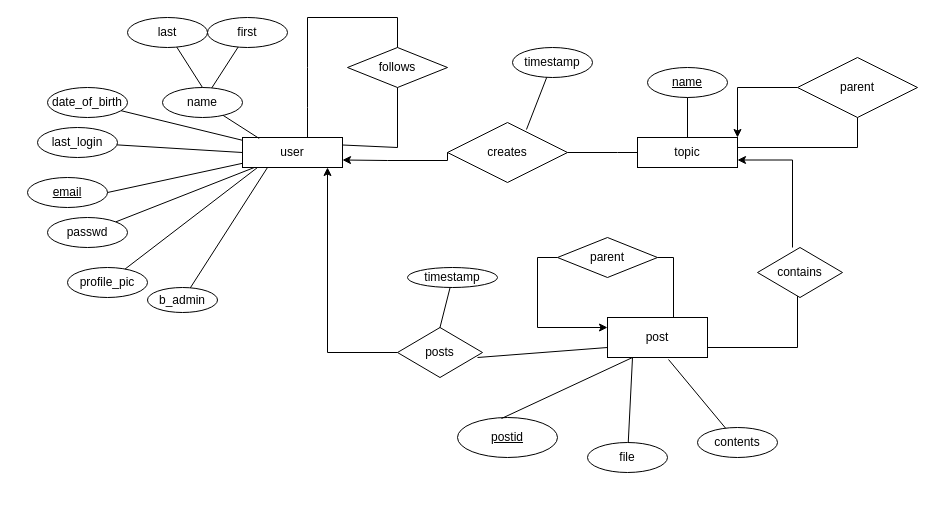
Earlier version of the draw.io diagram doc/diagrams/ER/entity_relationship_diagram.drawio (kubatovtamas/uzenetSZTEk). Source tidied: cells renumbered, new cells numbered last; positions are measured from the earlier drawing's top-left corner, leaving out a move shared by most shapes. Both pictures are drawn from the tidied source at 100%, with x=0, y=0 at pixel (27, 17).
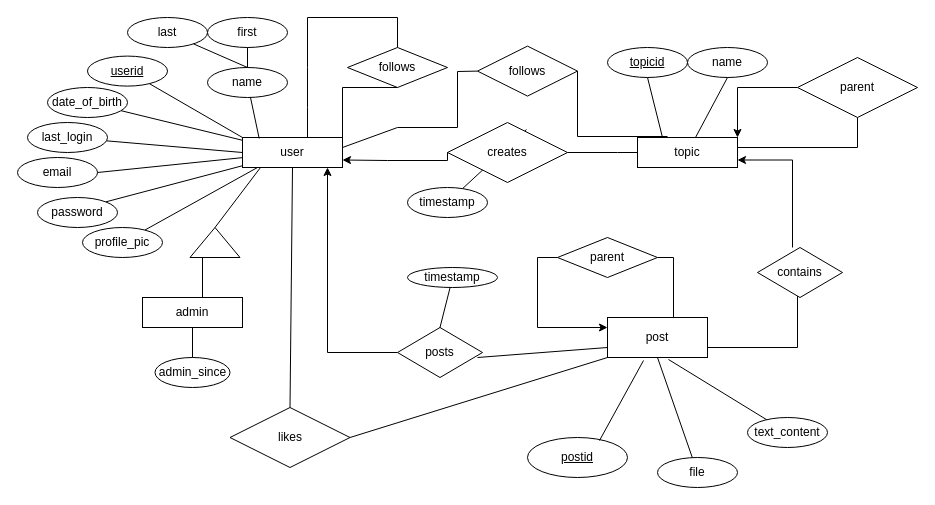
Above is the later version.

Commit message (it also covers changes not shown here):
Added to the diagram: userid, topicid, admin(admin_since), follows, likes.

The change refers to these unchanged cells:
```xml
<mxCell id="2" value="&lt;div&gt;user&lt;/div&gt;" style="rounded=0;whiteSpace=wrap;html=1;" parent="1" vertex="1">
  <mxGeometry x="215" y="120" width="100" height="30" as="geometry" />
</mxCell>
<mxCell id="3" value="topic" style="rounded=0;whiteSpace=wrap;html=1;" parent="1" vertex="1">
  <mxGeometry x="610" y="120" width="100" height="30" as="geometry" />
</mxCell>
<mxCell id="31" value="follows" style="shape=rhombus;perimeter=rhombusPerimeter;whiteSpace=wrap;html=1;align=center;" parent="1" vertex="1">
  <mxGeometry x="320" y="30" width="100" height="40" as="geometry" />
</mxCell>
<mxCell id="49" value="post" style="whiteSpace=wrap;html=1;align=center;" parent="1" vertex="1">
  <mxGeometry x="580" y="300" width="100" height="40" as="geometry" />
</mxCell>
```

The edit, as a diff of the source:
```diff
@@
     <mxCell id="4" value="name" style="ellipse;whiteSpace=wrap;html=1;" parent="1" vertex="1">
-      <mxGeometry x="135" y="70" width="80" height="30" as="geometry" />
+      <mxGeometry x="180" y="50" width="80" height="30" as="geometry" />
     </mxCell>
-    <mxCell id="5" value="&lt;u&gt;email&lt;/u&gt;" style="ellipse;whiteSpace=wrap;html=1;" parent="1" vertex="1">
-      <mxGeometry y="160" width="80" height="30" as="geometry" />
+    <mxCell id="5" value="email" style="ellipse;whiteSpace=wrap;html=1;" parent="1" vertex="1">
+      <mxGeometry x="-10" y="140" width="80" height="30" as="geometry" />
     </mxCell>
@@
     <mxCell id="7" value="last_login" style="ellipse;whiteSpace=wrap;html=1;" parent="1" vertex="1">
-      <mxGeometry x="10" y="110" width="80" height="30" as="geometry" />
+      <mxGeometry y="105" width="80" height="30" as="geometry" />
     </mxCell>
@@
-    <mxCell id="12" value="contents" style="ellipse;whiteSpace=wrap;html=1;" parent="1" vertex="1">
-      <mxGeometry x="670" y="410" width="80" height="30" as="geometry" />
+    <mxCell id="12" value="text_content" style="ellipse;whiteSpace=wrap;html=1;" parent="1" vertex="1">
+      <mxGeometry x="720" y="400" width="80" height="30" as="geometry" />
     </mxCell>
@@
-    <mxCell id="16" value="&lt;u&gt;name&lt;/u&gt;" style="ellipse;whiteSpace=wrap;html=1;" parent="1" vertex="1">
-      <mxGeometry x="620" y="50" width="80" height="30" as="geometry" />
+    <mxCell id="16" value="name" style="ellipse;whiteSpace=wrap;html=1;" parent="1" vertex="1">
+      <mxGeometry x="660" y="30" width="80" height="30" as="geometry" />
     </mxCell>
@@
     <mxCell id="18" value="&lt;div&gt;timestamp&lt;/div&gt;" style="ellipse;whiteSpace=wrap;html=1;" parent="1" vertex="1">
-      <mxGeometry x="485" y="30" width="80" height="30" as="geometry" />
+      <mxGeometry x="380" y="170" width="80" height="30" as="geometry" />
     </mxCell>
@@
     <mxCell id="33" style="endArrow=none;html=1;rounded=0;entryX=0.5;entryY=1;entryDx=0;entryDy=0;exitX=1;exitY=0.25;exitDx=0;exitDy=0;" parent="1" edge="1" source="2" target="31">
       <mxGeometry relative="1" as="geometry">
         <Array as="points">
-          <mxPoint x="370" y="130" />
+          <mxPoint x="315" y="70" />
         </Array>
       </mxGeometry>
     </mxCell>
-    <mxCell id="34" value="passwd" style="ellipse;whiteSpace=wrap;html=1;align=center;" parent="1" vertex="1">
-      <mxGeometry x="20" y="200" width="80" height="30" as="geometry" />
+    <mxCell id="34" value="password" style="ellipse;whiteSpace=wrap;html=1;align=center;" parent="1" vertex="1">
+      <mxGeometry x="10" y="180" width="80" height="30" as="geometry" />
     </mxCell>
@@
     <mxCell id="36" value="file" style="ellipse;whiteSpace=wrap;html=1;" parent="1" vertex="1">
-      <mxGeometry x="560" y="425" width="80" height="30" as="geometry" />
+      <mxGeometry x="630" y="440" width="80" height="30" as="geometry" />
     </mxCell>
-    <mxCell id="37" style="endArrow=none;html=1;exitX=0.25;exitY=1;exitDx=0;exitDy=0;" parent="1" edge="1" target="36">
-      <mxGeometry relative="1" as="geometry">
-        <mxPoint x="605" y="340" as="sourcePoint" />
-      </mxGeometry>
+    <mxCell id="37" style="endArrow=none;html=1;exitX=0.5;exitY=1;exitDx=0;exitDy=0;" parent="1" edge="1" source="49" target="36">
+      <mxGeometry relative="1" as="geometry" />
     </mxCell>
     <mxCell id="38" value="&lt;div&gt;profile_pic&lt;/div&gt;" style="ellipse;whiteSpace=wrap;html=1;" parent="1" vertex="1">
-      <mxGeometry x="40" y="250" width="80" height="30" as="geometry" />
+      <mxGeometry x="55" y="210" width="80" height="30" as="geometry" />
     </mxCell>
@@
     <mxCell id="46" value="&lt;u&gt;postid&lt;/u&gt;" style="ellipse;whiteSpace=wrap;html=1;align=center;" parent="1" vertex="1">
-      <mxGeometry x="430" y="400" width="100" height="40" as="geometry" />
+      <mxGeometry x="500" y="420" width="100" height="40" as="geometry" />
     </mxCell>
-    <mxCell id="47" style="endArrow=none;html=1;rounded=0;entryX=0.25;entryY=1;entryDx=0;entryDy=0;exitX=0.44;exitY=0.025;exitDx=0;exitDy=0;exitPerimeter=0;" parent="1" edge="1" source="46">
-      <mxGeometry relative="1" as="geometry">
-        <mxPoint x="605" y="340" as="targetPoint" />
-      </mxGeometry>
+    <mxCell id="47" style="endArrow=none;html=1;rounded=0;entryX=0.36;entryY=1.075;entryDx=0;entryDy=0;entryPerimeter=0;exitX=0.72;exitY=0.075;exitDx=0;exitDy=0;exitPerimeter=0;" parent="1" edge="1" source="46" target="49">
+      <mxGeometry relative="1" as="geometry" />
     </mxCell>
@@
-    <mxCell id="52" value="b_admin" style="ellipse;whiteSpace=wrap;html=1;align=center;" parent="1" vertex="1">
-      <mxGeometry x="120" y="270" width="70" height="25" as="geometry" />
+    <mxCell id="52" value="admin_since" style="ellipse;whiteSpace=wrap;html=1;align=center;" parent="1" vertex="1">
+      <mxGeometry x="127.5" y="340" width="75" height="30" as="geometry" />
     </mxCell>
-    <mxCell id="53" style="endArrow=none;html=1;rounded=0;entryX=0.25;entryY=1;entryDx=0;entryDy=0;" parent="1" edge="1" source="52" target="2">
+    <mxCell id="53" style="endArrow=none;html=1;rounded=0;" parent="1" edge="1" source="52" target="55">
       <mxGeometry relative="1" as="geometry" />
     </mxCell>
@@
+    <mxCell id="55" value="admin" style="whiteSpace=wrap;html=1;align=center;" parent="1" vertex="1">
+      <mxGeometry x="115" y="280" width="100" height="30" as="geometry" />
+    </mxCell>
+    <mxCell id="56" style="triangle;whiteSpace=wrap;html=1;rotation=-90;" parent="1" vertex="1">
+      <mxGeometry x="172.5" y="200" width="30" height="50" as="geometry" />
+    </mxCell>
+    <mxCell id="57" style="endArrow=none;html=1;rounded=0;exitX=1;exitY=0.5;exitDx=0;exitDy=0;" parent="1" edge="1" source="56">
+      <mxGeometry relative="1" as="geometry">
+        <mxPoint x="233" y="150" as="targetPoint" />
+      </mxGeometry>
+    </mxCell>
+    <mxCell id="58" style="endArrow=none;html=1;rounded=0;entryX=0;entryY=0.25;entryDx=0;entryDy=0;" parent="1" edge="1" target="56">
+      <mxGeometry relative="1" as="geometry">
+        <mxPoint x="175" y="280" as="sourcePoint" />
+      </mxGeometry>
+    </mxCell>
+    <mxCell id="59" value="&lt;u&gt;userid&lt;/u&gt;" style="ellipse;whiteSpace=wrap;html=1;" parent="1" vertex="1">
+      <mxGeometry x="60" y="38.6" width="80" height="30" as="geometry" />
+    </mxCell>
+    <mxCell id="60" style="endArrow=none;html=1;exitX=0;exitY=0;exitDx=0;exitDy=0;" parent="1" edge="1" source="2" target="59">
+      <mxGeometry relative="1" as="geometry" />
+    </mxCell>
+    <mxCell id="61" value="&lt;u&gt;topicid&lt;/u&gt;" style="ellipse;whiteSpace=wrap;html=1;" parent="1" vertex="1">
+      <mxGeometry x="580" y="30" width="80" height="30" as="geometry" />
+    </mxCell>
+    <mxCell id="62" style="endArrow=none;html=1;exitX=0.5;exitY=1;exitDx=0;exitDy=0;entryX=0.25;entryY=0;entryDx=0;entryDy=0;" parent="1" edge="1" source="61" target="3">
+      <mxGeometry relative="1" as="geometry" />
+    </mxCell>
+    <mxCell id="63" value="follows" style="shape=rhombus;perimeter=rhombusPerimeter;whiteSpace=wrap;html=1;align=center;" parent="1" vertex="1">
+      <mxGeometry x="450" y="28.6" width="100" height="50" as="geometry" />
+    </mxCell>
+    <mxCell id="64" style="endArrow=none;html=1;rounded=0;entryX=0;entryY=0.5;entryDx=0;entryDy=0;" parent="1" edge="1" target="63">
+      <mxGeometry relative="1" as="geometry">
+        <mxPoint x="315" y="130" as="sourcePoint" />
+        <Array as="points">
+          <mxPoint x="370" y="110" />
+          <mxPoint x="430" y="110" />
+          <mxPoint x="430" y="54" />
+        </Array>
+      </mxGeometry>
+    </mxCell>
+    <mxCell id="65" style="endArrow=none;html=1;rounded=0;exitX=1;exitY=0.5;exitDx=0;exitDy=0;" parent="1" edge="1" source="63">
+      <mxGeometry relative="1" as="geometry">
+        <mxPoint x="640" y="119" as="targetPoint" />
+        <Array as="points">
+          <mxPoint x="550" y="119" />
+        </Array>
+      </mxGeometry>
+    </mxCell>
+    <mxCell id="66" style="endArrow=none;html=1;rounded=0;exitX=0.5;exitY=1;exitDx=0;exitDy=0;entryX=0.5;entryY=0;entryDx=0;entryDy=0;" parent="1" edge="1" source="2" target="67">
+      <mxGeometry relative="1" as="geometry" />
+    </mxCell>
+    <mxCell id="67" value="likes" style="shape=rhombus;perimeter=rhombusPerimeter;whiteSpace=wrap;html=1;align=center;" parent="1" vertex="1">
+      <mxGeometry x="202.5" y="390" width="120" height="60" as="geometry" />
+    </mxCell>
+    <mxCell id="68" style="endArrow=none;html=1;rounded=0;exitX=1;exitY=0.5;exitDx=0;exitDy=0;" parent="1" edge="1" source="67">
+      <mxGeometry relative="1" as="geometry">
+        <mxPoint x="580" y="340" as="targetPoint" />
+      </mxGeometry>
+    </mxCell>
```
